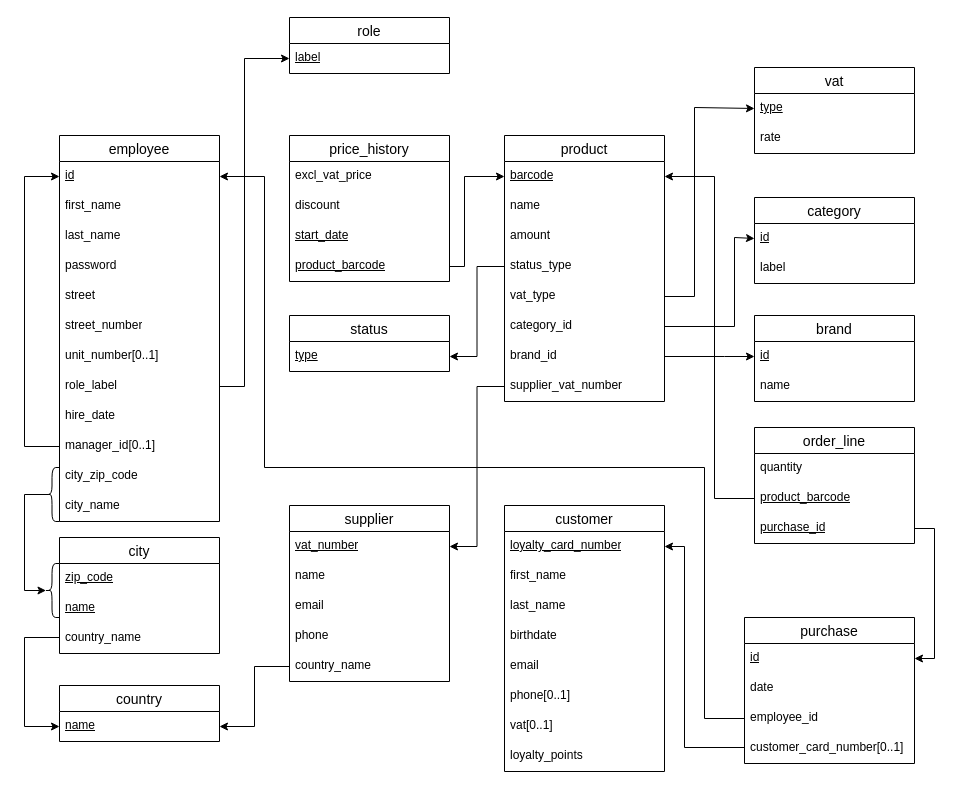
The draw.io diagram docs/DB/Relational_diagram.drawio in maxoux53/petit-bazar, before the edit. Source tidied: cells renumbered, new cells numbered last; positions are measured from the earlier drawing's top-left corner, leaving out a move shared by most shapes. Both pictures are drawn from the tidied source at 100%, with x=0, y=0 at pixel (24, 17).
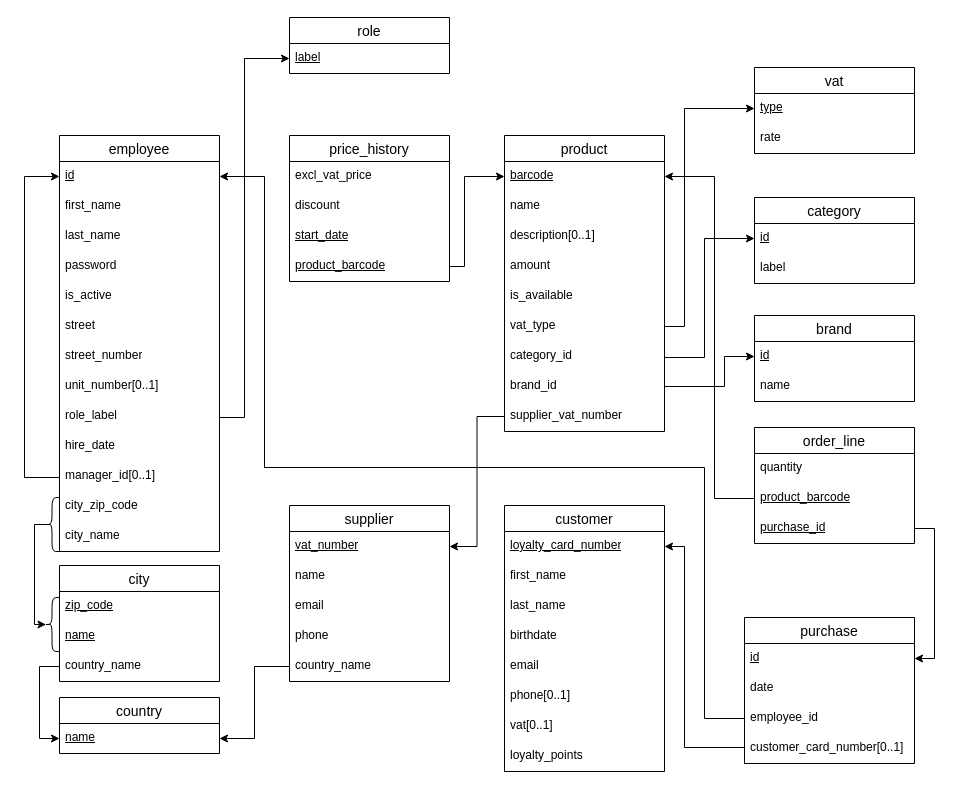
Above is the later version.

Commit message (it also covers changes not shown here):
DB update (add optionals & boolean + remplace status by )

Unchanged cells that the change refers to:
```xml
<mxCell id="3" value="&lt;u&gt;id&lt;/u&gt;" style="text;strokeColor=none;fillColor=none;spacingLeft=4;spacingRight=4;overflow=hidden;points=[[0,0.5],[1,0.5]];portConstraint=eastwest;fontSize=12;whiteSpace=wrap;html=1;" parent="2" vertex="1">
  <mxGeometry y="26" width="160" height="30" as="geometry" />
</mxCell>
<mxCell id="26" value="&lt;u&gt;id&lt;/u&gt;" style="text;strokeColor=none;fillColor=none;spacingLeft=4;spacingRight=4;overflow=hidden;points=[[0,0.5],[1,0.5]];portConstraint=eastwest;fontSize=12;whiteSpace=wrap;html=1;" parent="25" vertex="1">
  <mxGeometry y="26" width="160" height="30" as="geometry" />
</mxCell>
<mxCell id="37" value="country_name" style="text;strokeColor=none;fillColor=none;spacingLeft=4;spacingRight=4;overflow=hidden;points=[[0,0.5],[1,0.5]];portConstraint=eastwest;fontSize=12;whiteSpace=wrap;html=1;" parent="34" vertex="1">
  <mxGeometry y="86" width="160" height="30" as="geometry" />
</mxCell>
<mxCell id="39" value="&lt;u&gt;name&lt;/u&gt;" style="text;strokeColor=none;fillColor=none;spacingLeft=4;spacingRight=4;overflow=hidden;points=[[0,0.5],[1,0.5]];portConstraint=eastwest;fontSize=12;whiteSpace=wrap;html=1;" parent="38" vertex="1">
  <mxGeometry y="26" width="160" height="30" as="geometry" />
</mxCell>
<mxCell id="64" value="&lt;u&gt;id&lt;/u&gt;" style="text;strokeColor=none;fillColor=none;spacingLeft=4;spacingRight=4;overflow=hidden;points=[[0,0.5],[1,0.5]];portConstraint=eastwest;fontSize=12;whiteSpace=wrap;html=1;" parent="63" vertex="1">
  <mxGeometry y="26" width="160" height="30" as="geometry" />
</mxCell>
<mxCell id="67" value="&lt;u&gt;type&lt;/u&gt;" style="text;strokeColor=none;fillColor=none;spacingLeft=4;spacingRight=4;overflow=hidden;points=[[0,0.5],[1,0.5]];portConstraint=eastwest;fontSize=12;whiteSpace=wrap;html=1;" parent="66" vertex="1">
  <mxGeometry y="26" width="160" height="30" as="geometry" />
</mxCell>
<mxCell id="70" value="&lt;u&gt;label&lt;/u&gt;" style="text;strokeColor=none;fillColor=none;spacingLeft=4;spacingRight=4;overflow=hidden;points=[[0,0.5],[1,0.5]];portConstraint=eastwest;fontSize=12;whiteSpace=wrap;html=1;" parent="69" vertex="1">
  <mxGeometry y="26" width="160" height="30" as="geometry" />
</mxCell>
```

Diff of the diagram source:
```diff
@@
     <mxCell id="2" value="employee" style="swimlane;fontStyle=0;horizontal=1;startSize=26;align=center;fontSize=14;" parent="1" vertex="1">
-      <mxGeometry x="35" y="118" width="160" height="386" as="geometry" />
+      <mxGeometry x="35" y="118" width="160" height="416" as="geometry" />
     </mxCell>
@@
+    <mxCell id="89" value="is_active" style="text;strokeColor=none;fillColor=none;spacingLeft=4;spacingRight=4;overflow=hidden;fontSize=12;whiteSpace=wrap;html=1;" parent="2" vertex="1">
+      <mxGeometry y="146" width="160" height="30" as="geometry" />
+    </mxCell>
     <mxCell id="7" value="street" style="text;strokeColor=none;fillColor=none;spacingLeft=4;spacingRight=4;overflow=hidden;fontSize=12;whiteSpace=wrap;html=1;" parent="2" vertex="1">
-      <mxGeometry y="146" width="160" height="30" as="geometry" />
+      <mxGeometry y="176" width="160" height="30" as="geometry" />
     </mxCell>
     <mxCell id="8" value="street_number" style="text;strokeColor=none;fillColor=none;spacingLeft=4;spacingRight=4;overflow=hidden;fontSize=12;whiteSpace=wrap;html=1;" parent="2" vertex="1">
-      <mxGeometry y="176" width="160" height="30" as="geometry" />
+      <mxGeometry y="206" width="160" height="30" as="geometry" />
     </mxCell>
     <mxCell id="9" value="unit_number[0..1]" style="text;strokeColor=none;fillColor=none;spacingLeft=4;spacingRight=4;overflow=hidden;fontSize=12;whiteSpace=wrap;html=1;" parent="2" vertex="1">
-      <mxGeometry y="206" width="160" height="30" as="geometry" />
+      <mxGeometry y="236" width="160" height="30" as="geometry" />
     </mxCell>
     <mxCell id="10" value="role_label" style="text;strokeColor=none;fillColor=none;spacingLeft=4;spacingRight=4;overflow=hidden;points=[[0,0.5],[1,0.5]];portConstraint=eastwest;fontSize=12;whiteSpace=wrap;html=1;" parent="2" vertex="1">
-      <mxGeometry y="236" width="160" height="30" as="geometry" />
+      <mxGeometry y="266" width="160" height="30" as="geometry" />
     </mxCell>
     <mxCell id="11" value="hire_date" style="text;strokeColor=none;fillColor=none;spacingLeft=4;spacingRight=4;overflow=hidden;fontSize=12;whiteSpace=wrap;html=1;" parent="2" vertex="1">
-      <mxGeometry y="266" width="160" height="30" as="geometry" />
+      <mxGeometry y="296" width="160" height="30" as="geometry" />
     </mxCell>
     <mxCell id="12" style="edgeStyle=orthogonalEdgeStyle;rounded=0;jettySize=auto;html=1;exitX=0;exitY=0.5;exitDx=0;exitDy=0;entryX=0;entryY=0.5;entryDx=0;entryDy=0;" parent="2" edge="1" source="13" target="3">
       <mxGeometry relative="1" as="geometry">
         <Array as="points">
-          <mxPoint x="-35" y="311" />
+          <mxPoint x="-35" y="342" />
           <mxPoint x="-35" y="41" />
         </Array>
       </mxGeometry>
     </mxCell>
     <mxCell id="13" value="manager_id[0..1]" style="text;strokeColor=none;fillColor=none;spacingLeft=4;spacingRight=4;overflow=hidden;points=[[0,0.5],[1,0.5]];portConstraint=eastwest;fontSize=12;whiteSpace=wrap;html=1;" parent="2" vertex="1">
-      <mxGeometry y="296" width="160" height="30" as="geometry" />
+      <mxGeometry y="326" width="160" height="30" as="geometry" />
     </mxCell>
     <mxCell id="14" value="city_zip_code" style="text;strokeColor=none;fillColor=none;spacingLeft=4;spacingRight=4;overflow=hidden;fontSize=12;whiteSpace=wrap;html=1;" parent="2" vertex="1">
-      <mxGeometry y="326" width="160" height="30" as="geometry" />
+      <mxGeometry y="356" width="160" height="30" as="geometry" />
     </mxCell>
     <mxCell id="15" value="city_name" style="text;strokeColor=none;fillColor=none;spacingLeft=4;spacingRight=4;overflow=hidden;fontSize=12;whiteSpace=wrap;html=1;" parent="2" vertex="1">
-      <mxGeometry y="356" width="160" height="30" as="geometry" />
+      <mxGeometry y="386" width="160" height="30" as="geometry" />
     </mxCell>
+    <mxCell id="90" style="edgeStyle=orthogonalEdgeStyle;rounded=0;jettySize=auto;html=1;exitX=1;exitY=0.75;exitDx=0;exitDy=0;entryX=0;entryY=0.5;entryDx=0;entryDy=0;" parent="1" edge="1" source="16" target="64">
+      <mxGeometry relative="1" as="geometry">
+        <Array as="points">
+          <mxPoint x="680" y="340" />
+          <mxPoint x="680" y="221" />
+        </Array>
+      </mxGeometry>
+    </mxCell>
     <mxCell id="16" value="product" style="swimlane;fontStyle=0;horizontal=1;startSize=26;align=center;fontSize=14;" parent="1" vertex="1">
-      <mxGeometry x="480" y="118" width="160" height="266" as="geometry" />
+      <mxGeometry x="480" y="118" width="160" height="296" as="geometry" />
     </mxCell>
@@
+    <mxCell id="91" value="description[0..1]" style="text;strokeColor=none;fillColor=none;spacingLeft=4;spacingRight=4;overflow=hidden;fontSize=12;whiteSpace=wrap;html=1;" parent="16" vertex="1">
+      <mxGeometry y="86" width="160" height="30" as="geometry" />
+    </mxCell>
     <mxCell id="19" value="amount" style="text;strokeColor=none;fillColor=none;spacingLeft=4;spacingRight=4;overflow=hidden;fontSize=12;whiteSpace=wrap;html=1;" parent="16" vertex="1">
-      <mxGeometry y="86" width="160" height="30" as="geometry" />
+      <mxGeometry y="116" width="160" height="30" as="geometry" />
     </mxCell>
-    <mxCell id="20" value="status_type" style="text;strokeColor=none;fillColor=none;spacingLeft=4;spacingRight=4;overflow=hidden;points=[[0,0.5],[1,0.5]];portConstraint=eastwest;fontSize=12;whiteSpace=wrap;html=1;" parent="16" vertex="1">
-      <mxGeometry y="116" width="160" height="30" as="geometry" />
+    <mxCell id="20" value="is_available" style="text;strokeColor=none;fillColor=none;spacingLeft=4;spacingRight=4;overflow=hidden;points=[[0,0.5],[1,0.5]];portConstraint=eastwest;fontSize=12;whiteSpace=wrap;html=1;" parent="16" vertex="1">
+      <mxGeometry y="146" width="160" height="30" as="geometry" />
     </mxCell>
     <mxCell id="21" value="vat_type" style="text;strokeColor=none;fillColor=none;spacingLeft=4;spacingRight=4;overflow=hidden;points=[[0,0.5],[1,0.5]];portConstraint=eastwest;fontSize=12;whiteSpace=wrap;html=1;" parent="16" vertex="1">
-      <mxGeometry y="146" width="160" height="30" as="geometry" />
+      <mxGeometry y="176" width="160" height="30" as="geometry" />
     </mxCell>
     <mxCell id="22" value="category_id" style="text;strokeColor=none;fillColor=none;spacingLeft=4;spacingRight=4;overflow=hidden;points=[[0,0.5],[1,0.5]];portConstraint=eastwest;fontSize=12;whiteSpace=wrap;html=1;" parent="16" vertex="1">
-      <mxGeometry y="176" width="160" height="30" as="geometry" />
+      <mxGeometry y="206" width="160" height="30" as="geometry" />
     </mxCell>
     <mxCell id="23" value="brand_id" style="text;strokeColor=none;fillColor=none;spacingLeft=4;spacingRight=4;overflow=hidden;points=[[0,0.5],[1,0.5]];portConstraint=eastwest;fontSize=12;whiteSpace=wrap;html=1;" parent="16" vertex="1">
-      <mxGeometry y="206" width="160" height="30" as="geometry" />
+      <mxGeometry y="236" width="160" height="30" as="geometry" />
     </mxCell>
     <mxCell id="24" value="supplier_vat_number" style="text;strokeColor=none;fillColor=none;spacingLeft=4;spacingRight=4;overflow=hidden;points=[[0,0.5],[1,0.5]];portConstraint=eastwest;fontSize=12;whiteSpace=wrap;html=1;" parent="16" vertex="1">
-      <mxGeometry y="236" width="160" height="30" as="geometry" />
+      <mxGeometry y="266" width="160" height="30" as="geometry" />
     </mxCell>
@@
     <mxCell id="34" value="city" style="swimlane;fontStyle=0;horizontal=1;startSize=26;align=center;fontSize=14;" parent="1" vertex="1">
-      <mxGeometry x="35" y="520" width="160" height="116" as="geometry" />
+      <mxGeometry x="35" y="548" width="160" height="116" as="geometry" />
     </mxCell>
@@
     <mxCell id="38" value="country" style="swimlane;fontStyle=0;horizontal=1;startSize=26;align=center;fontSize=14;" parent="1" vertex="1">
-      <mxGeometry x="35" y="668" width="160" height="56" as="geometry" />
+      <mxGeometry x="35" y="680" width="160" height="56" as="geometry" />
     </mxCell>
@@
     <mxCell id="71" style="shape=curlyBracket;whiteSpace=wrap;html=1;rounded=1;labelPosition=left;verticalLabelPosition=middle;align=right;verticalAlign=middle;size=0.5;" parent="1" vertex="1">
-      <mxGeometry x="20" y="450" width="15" height="54" as="geometry" />
+      <mxGeometry x="20" y="480" width="15" height="54" as="geometry" />
     </mxCell>
     <mxCell id="72" style="shape=curlyBracket;whiteSpace=wrap;html=1;rounded=1;labelPosition=left;verticalLabelPosition=middle;align=right;verticalAlign=middle;size=0.5;" parent="1" vertex="1">
-      <mxGeometry x="20" y="546" width="15" height="54" as="geometry" />
+      <mxGeometry x="20" y="580" width="15" height="54" as="geometry" />
     </mxCell>
     <mxCell id="73" style="edgeStyle=orthogonalEdgeStyle;rounded=0;jettySize=auto;html=1;exitX=0.1;exitY=0.5;exitDx=0;exitDy=0;exitPerimeter=0;entryX=0.1;entryY=0.5;entryDx=0;entryDy=0;entryPerimeter=0;" parent="1" edge="1" source="71" target="72">
       <mxGeometry relative="1" as="geometry">
         <Array as="points">
-          <mxPoint y="477" />
-          <mxPoint y="573" />
+          <mxPoint x="10" y="507" />
+          <mxPoint x="10" y="607" />
         </Array>
       </mxGeometry>
     </mxCell>
-    <mxCell id="74" style="edgeStyle=orthogonalEdgeStyle;rounded=0;jettySize=auto;html=1;exitX=0;exitY=0.5;exitDx=0;exitDy=0;entryX=0;entryY=0.5;entryDx=0;entryDy=0;" parent="1" edge="1" source="37" target="39">
-      <mxGeometry relative="1" as="geometry">
-        <Array as="points">
-          <mxPoint y="620" />
-          <mxPoint y="709" />
-        </Array>
-      </mxGeometry>
-    </mxCell>
@@
     <mxCell id="77" style="edgeStyle=orthogonalEdgeStyle;rounded=0;jettySize=auto;html=1;exitX=1;exitY=0.5;exitDx=0;exitDy=0;entryX=0;entryY=0.5;entryDx=0;entryDy=0;" parent="1" edge="1" source="10" target="70">
       <mxGeometry relative="1" as="geometry">
         <Array as="points">
-          <mxPoint x="220" y="369" />
+          <mxPoint x="220" y="400" />
           <mxPoint x="220" y="41" />
         </Array>
       </mxGeometry>
     </mxCell>
@@
-    <mxCell id="80" style="edgeStyle=orthogonalEdgeStyle;rounded=0;jettySize=auto;html=1;entryX=0;entryY=0.5;entryDx=0;entryDy=0;exitX=1;exitY=0.5;exitDx=0;exitDy=0;" parent="1" edge="1" source="21" target="67">
-      <mxGeometry relative="1" as="geometry">
-        <Array as="points">
-          <mxPoint x="670" y="279" />
-          <mxPoint x="670" y="90" />
-          <mxPoint x="730" y="90" />
-        </Array>
-      </mxGeometry>
-    </mxCell>
-    <mxCell id="81" style="edgeStyle=orthogonalEdgeStyle;rounded=0;jettySize=auto;html=1;exitX=1;exitY=0.5;exitDx=0;exitDy=0;entryX=0;entryY=0.5;entryDx=0;entryDy=0;" parent="1" edge="1" source="22" target="64">
-      <mxGeometry relative="1" as="geometry">
-        <Array as="points">
-          <mxPoint x="710" y="309" />
-          <mxPoint x="710" y="220" />
-          <mxPoint x="730" y="220" />
-        </Array>
-      </mxGeometry>
-    </mxCell>
     <mxCell id="82" style="edgeStyle=orthogonalEdgeStyle;rounded=0;jettySize=auto;html=1;entryX=0;entryY=0.5;entryDx=0;entryDy=0;exitX=1;exitY=0.5;exitDx=0;exitDy=0;" parent="1" edge="1" source="23" target="26">
       <mxGeometry relative="1" as="geometry">
         <Array as="points">
-          <mxPoint x="700" y="339" />
+          <mxPoint x="700" y="369" />
           <mxPoint x="700" y="339" />
         </Array>
       </mxGeometry>
     </mxCell>
@@
-    <mxCell id="86" value="status" style="swimlane;fontStyle=0;horizontal=1;startSize=26;align=center;fontSize=14;" parent="1" vertex="1">
-      <mxGeometry x="265" y="298" width="160" height="56" as="geometry" />
-    </mxCell>
-    <mxCell id="87" value="&lt;u&gt;type&lt;/u&gt;" style="text;strokeColor=none;fillColor=none;spacingLeft=4;spacingRight=4;overflow=hidden;points=[[0,0.5],[1,0.5]];portConstraint=eastwest;fontSize=12;whiteSpace=wrap;html=1;" parent="86" vertex="1">
-      <mxGeometry y="26" width="160" height="30" as="geometry" />
-    </mxCell>
-    <mxCell id="88" style="edgeStyle=orthogonalEdgeStyle;rounded=0;jettySize=auto;html=1;exitX=0;exitY=0.5;exitDx=0;exitDy=0;entryX=1;entryY=0.5;entryDx=0;entryDy=0;" parent="1" edge="1" source="20" target="87">
-      <mxGeometry relative="1" as="geometry" />
-    </mxCell>
+    <mxCell id="74" style="edgeStyle=orthogonalEdgeStyle;rounded=0;jettySize=auto;html=1;exitX=0;exitY=0.5;exitDx=0;exitDy=0;entryX=0;entryY=0.5;entryDx=0;entryDy=0;" parent="1" edge="1" source="37" target="39">
+      <mxGeometry relative="1" as="geometry" />
+    </mxCell>
+    <mxCell id="80" style="edgeStyle=orthogonalEdgeStyle;rounded=0;jettySize=auto;html=1;exitX=1;exitY=0.5;exitDx=0;exitDy=0;entryX=0;entryY=0.5;entryDx=0;entryDy=0;" parent="1" edge="1" source="21" target="67">
+      <mxGeometry relative="1" as="geometry">
+        <Array as="points">
+          <mxPoint x="660" y="309" />
+          <mxPoint x="660" y="91" />
+        </Array>
+      </mxGeometry>
+    </mxCell>
```
